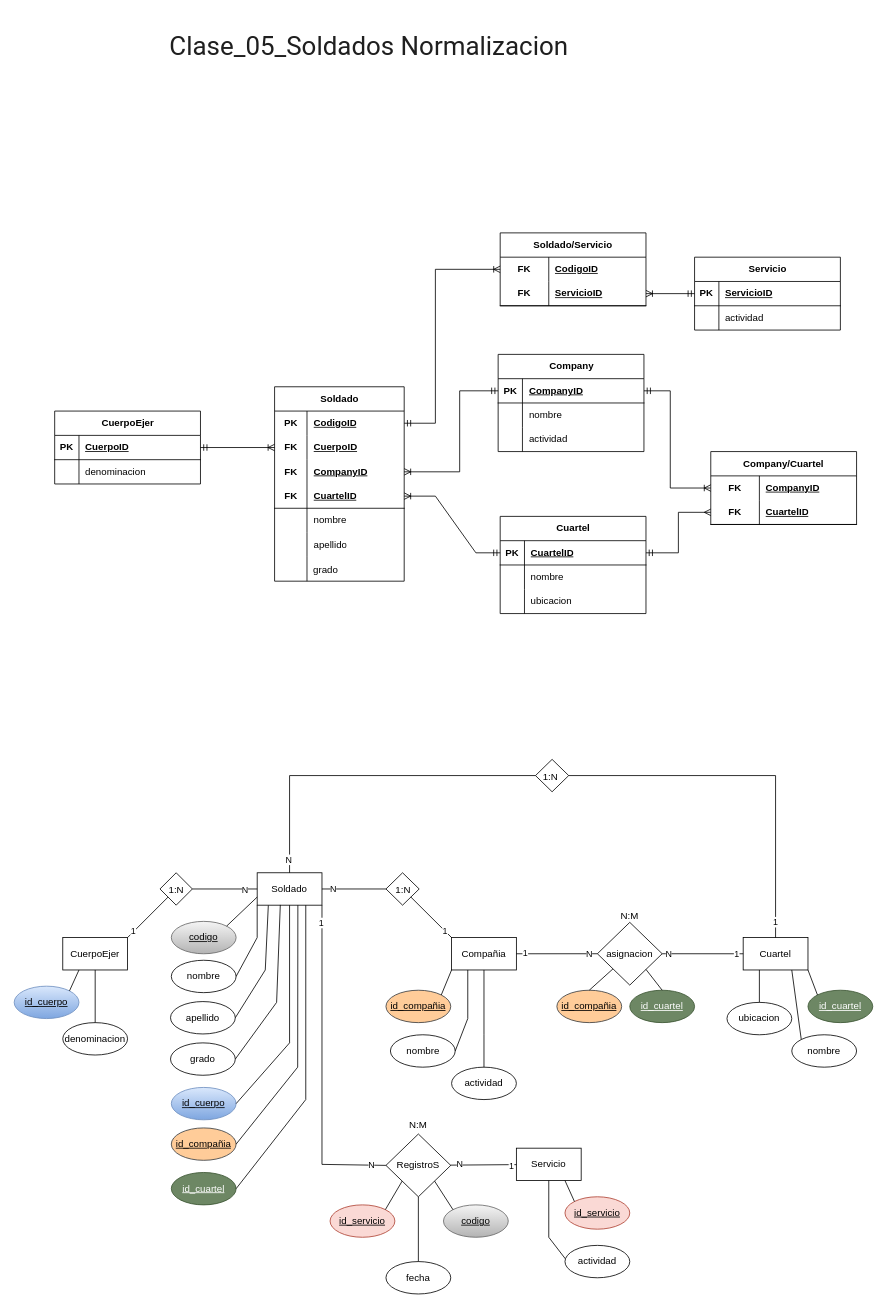
Above: page "clase-5" (4 of 6) of Programacion-Software/data-base/Diagrama sin título.drawio in JDFrontEnd/programacion-software-sena (draw.io), before the change. Source tidied: cells renumbered, new cells numbered last; positions are measured from the earlier drawing's top-left corner, leaving out a move shared by most shapes. Both pictures are drawn from the tidied source at 81%, with x=0, y=0 at pixel (14, 14).
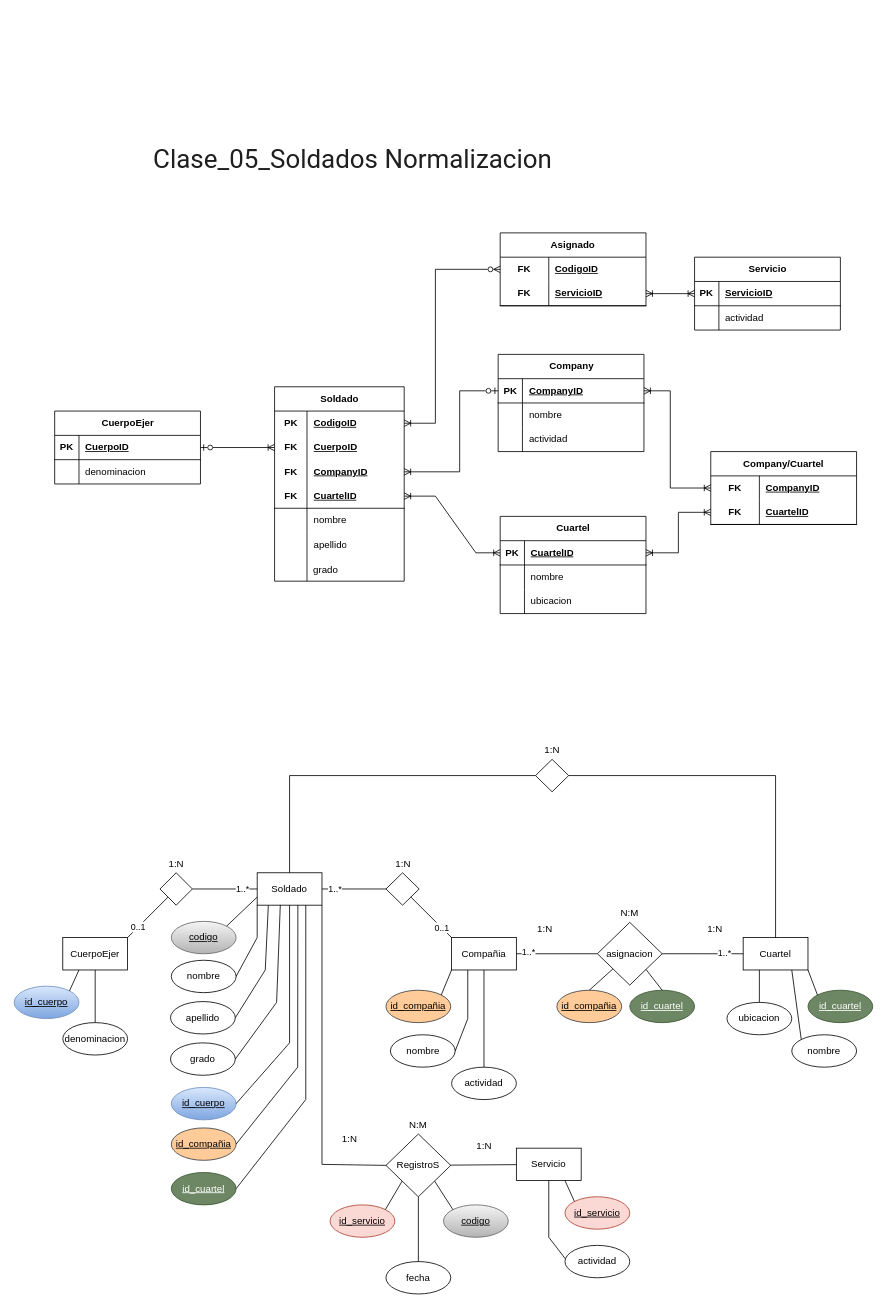
After the change.

Unchanged cells that the change refers to:
```xml
<mxCell id="19" style="endArrow=none;html=1;rounded=0;defaultLabelBackgroundColor=page;entryX=0;entryY=0.5;entryDx=0;entryDy=0;exitX=1;exitY=0.5;exitDx=0;exitDy=0;" parent="1" edge="1" source="18" target="2">
  <mxGeometry relative="1" as="geometry" />
</mxCell>
<mxCell id="21" style="endArrow=none;html=1;rounded=0;defaultLabelBackgroundColor=page;entryX=1;entryY=0;entryDx=0;entryDy=0;exitX=0;exitY=1;exitDx=0;exitDy=0;" parent="1" edge="1" source="18" target="11">
  <mxGeometry relative="1" as="geometry" />
</mxCell>
<mxCell id="26" style="endArrow=none;html=1;rounded=0;defaultLabelBackgroundColor=page;" parent="1" edge="1" source="2" target="17">
  <mxGeometry relative="1" as="geometry" />
</mxCell>
<mxCell id="28" style="endArrow=none;html=1;rounded=0;defaultLabelBackgroundColor=page;entryX=0;entryY=0;entryDx=0;entryDy=0;exitX=1;exitY=1;exitDx=0;exitDy=0;" parent="1" edge="1" source="17" target="14">
  <mxGeometry relative="1" as="geometry" />
</mxCell>
<mxCell id="32" style="endArrow=none;html=1;rounded=0;defaultLabelBackgroundColor=page;entryX=0;entryY=0.5;entryDx=0;entryDy=0;exitX=1;exitY=0.5;exitDx=0;exitDy=0;" parent="1" edge="1" source="14" target="30">
  <mxGeometry relative="1" as="geometry" />
</mxCell>
<mxCell id="35" style="endArrow=none;html=1;rounded=0;defaultLabelBackgroundColor=page;entryX=0;entryY=0.5;entryDx=0;entryDy=0;exitX=1;exitY=0.5;exitDx=0;exitDy=0;" parent="1" edge="1" source="30" target="7">
  <mxGeometry relative="1" as="geometry" />
</mxCell>
<mxCell id="41" style="endArrow=none;html=1;rounded=0;defaultLabelBackgroundColor=page;entryX=0;entryY=0.5;entryDx=0;entryDy=0;exitX=0.5;exitY=0;exitDx=0;exitDy=0;" parent="1" edge="1" source="2" target="40">
  <mxGeometry relative="1" as="geometry">
    <Array as="points">
      <mxPoint x="340" y="940" />
    </Array>
  </mxGeometry>
</mxCell>
<mxCell id="43" style="endArrow=none;html=1;rounded=0;defaultLabelBackgroundColor=page;entryX=1;entryY=0.5;entryDx=0;entryDy=0;exitX=0.5;exitY=0;exitDx=0;exitDy=0;" parent="1" edge="1" source="7" target="40">
  <mxGeometry x="0.49" relative="1" as="geometry">
    <Array as="points">
      <mxPoint x="940" y="940" />
    </Array>
  </mxGeometry>
</mxCell>
<mxCell id="52" style="endArrow=none;html=1;rounded=0;defaultLabelBackgroundColor=page;entryX=1;entryY=1;entryDx=0;entryDy=0;exitX=0;exitY=0.5;exitDx=0;exitDy=0;" parent="1" edge="1" source="51" target="2">
  <mxGeometry relative="1" as="geometry">
    <Array as="points">
      <mxPoint x="380" y="1420" />
    </Array>
  </mxGeometry>
</mxCell>
<mxCell id="55" style="endArrow=none;html=1;rounded=0;defaultLabelBackgroundColor=page;" parent="1" edge="1" source="49" target="51">
  <mxGeometry x="0.31" relative="1" as="geometry" />
</mxCell>
<mxCell id="86" style="shape=tableRow;horizontal=0;startSize=0;swimlaneHead=0;swimlaneBody=0;fillColor=none;points=[[0,0.5],[1,0.5]];portConstraint=eastwest;top=0;left=0;right=0;bottom=0;html=1;" parent="85" vertex="1">
  <mxGeometry y="30" width="160" height="30" as="geometry" />
</mxCell>
<mxCell id="89" style="shape=tableRow;horizontal=0;startSize=0;swimlaneHead=0;swimlaneBody=0;fillColor=none;points=[[0,0.5],[1,0.5]];portConstraint=eastwest;top=0;left=0;right=0;bottom=0;html=1;" parent="85" vertex="1">
  <mxGeometry y="60" width="160" height="30" as="geometry" />
</mxCell>
<mxCell id="92" style="shape=tableRow;horizontal=0;startSize=0;swimlaneHead=0;swimlaneBody=0;fillColor=none;points=[[0,0.5],[1,0.5]];portConstraint=eastwest;top=0;left=0;right=0;bottom=0;html=1;" parent="85" vertex="1">
  <mxGeometry y="90" width="160" height="30" as="geometry" />
</mxCell>
<mxCell id="95" style="shape=tableRow;horizontal=0;startSize=0;swimlaneHead=0;swimlaneBody=0;fillColor=none;points=[[0,0.5],[1,0.5]];portConstraint=eastwest;top=0;left=0;right=0;bottom=1;html=1;" parent="85" vertex="1">
  <mxGeometry y="120" width="160" height="30" as="geometry" />
</mxCell>
<mxCell id="108" style="shape=tableRow;horizontal=0;startSize=0;swimlaneHead=0;swimlaneBody=0;fillColor=none;points=[[0,0.5],[1,0.5]];portConstraint=eastwest;top=0;left=0;right=0;bottom=1;" parent="107" vertex="1">
  <mxGeometry y="30" width="180" height="30" as="geometry" />
</mxCell>
<mxCell id="115" style="shape=tableRow;horizontal=0;startSize=0;swimlaneHead=0;swimlaneBody=0;fillColor=none;points=[[0,0.5],[1,0.5]];portConstraint=eastwest;top=0;left=0;right=0;bottom=1;" parent="114" vertex="1">
  <mxGeometry y="30" width="180" height="30" as="geometry" />
</mxCell>
<mxCell id="125" style="shape=tableRow;horizontal=0;startSize=0;swimlaneHead=0;swimlaneBody=0;fillColor=none;points=[[0,0.5],[1,0.5]];portConstraint=eastwest;top=0;left=0;right=0;bottom=0;html=1;" parent="124" vertex="1">
  <mxGeometry y="30" width="180" height="30" as="geometry" />
</mxCell>
<mxCell id="128" style="shape=tableRow;horizontal=0;startSize=0;swimlaneHead=0;swimlaneBody=0;fillColor=none;points=[[0,0.5],[1,0.5]];portConstraint=eastwest;top=0;left=0;right=0;bottom=1;html=1;" parent="124" vertex="1">
  <mxGeometry y="60" width="180" height="30" as="geometry" />
</mxCell>
<mxCell id="132" style="shape=tableRow;horizontal=0;startSize=0;swimlaneHead=0;swimlaneBody=0;fillColor=none;points=[[0,0.5],[1,0.5]];portConstraint=eastwest;top=0;left=0;right=0;bottom=1;" parent="131" vertex="1">
  <mxGeometry y="30" width="180" height="30" as="geometry" />
</mxCell>
<mxCell id="142" style="shape=tableRow;horizontal=0;startSize=0;swimlaneHead=0;swimlaneBody=0;fillColor=none;points=[[0,0.5],[1,0.5]];portConstraint=eastwest;top=0;left=0;right=0;bottom=0;html=1;" parent="141" vertex="1">
  <mxGeometry y="30" width="180" height="30" as="geometry" />
</mxCell>
<mxCell id="145" style="shape=tableRow;horizontal=0;startSize=0;swimlaneHead=0;swimlaneBody=0;fillColor=none;points=[[0,0.5],[1,0.5]];portConstraint=eastwest;top=0;left=0;right=0;bottom=1;html=1;" parent="141" vertex="1">
  <mxGeometry y="60" width="180" height="30" as="geometry" />
</mxCell>
<mxCell id="149" style="shape=tableRow;horizontal=0;startSize=0;swimlaneHead=0;swimlaneBody=0;fillColor=none;points=[[0,0.5],[1,0.5]];portConstraint=eastwest;top=0;left=0;right=0;bottom=1;" parent="148" vertex="1">
  <mxGeometry y="30" width="180" height="30" as="geometry" />
</mxCell>
```

What changed in the source:
```diff
@@
-    <mxCell id="20" value="N" style="edgeLabel;html=1;align=center;verticalAlign=middle;inheritText=1;defaultLabelBackgroundColor=page;" parent="19" vertex="1">
-      <mxGeometry x="0.8" relative="1" as="geometry">
-        <mxPoint x="-8" as="offset" />
-      </mxGeometry>
-    </mxCell>
+    <mxCell id="163" value="1..*" style="edgeLabel;html=1;align=center;verticalAlign=middle;inheritText=1;defaultLabelBackgroundColor=page;" parent="19" vertex="1">
+      <mxGeometry x="0.55" y="-1" relative="1" as="geometry">
+        <mxPoint x="-1" y="-2" as="offset" />
+      </mxGeometry>
+    </mxCell>
@@
-    <mxCell id="22" value="1" style="edgeLabel;html=1;align=center;verticalAlign=middle;inheritText=1;defaultLabelBackgroundColor=page;" parent="21" vertex="1">
-      <mxGeometry x="0.75" relative="1" as="geometry">
-        <mxPoint y="-2" as="offset" />
-      </mxGeometry>
-    </mxCell>
+    <mxCell id="164" value="0..1" style="edgeLabel;html=1;align=center;verticalAlign=middle;inheritText=1;defaultLabelBackgroundColor=page;" parent="21" vertex="1">
+      <mxGeometry x="0.49" y="-1" relative="1" as="geometry">
+        <mxPoint x="1" as="offset" />
+      </mxGeometry>
+    </mxCell>
@@
-    <mxCell id="27" value="N" style="edgeLabel;html=1;align=center;verticalAlign=middle;inheritText=1;defaultLabelBackgroundColor=page;" parent="26" vertex="1">
-      <mxGeometry x="-0.78" y="1" relative="1" as="geometry">
-        <mxPoint x="4" as="offset" />
-      </mxGeometry>
-    </mxCell>
+    <mxCell id="165" value="1..*" style="edgeLabel;html=1;align=center;verticalAlign=middle;inheritText=1;defaultLabelBackgroundColor=page;" parent="26" vertex="1">
+      <mxGeometry x="-0.68" relative="1" as="geometry">
+        <mxPoint x="2" y="-1" as="offset" />
+      </mxGeometry>
+    </mxCell>
@@
-    <mxCell id="29" value="1" style="edgeLabel;html=1;align=center;verticalAlign=middle;inheritText=1;defaultLabelBackgroundColor=page;" parent="28" vertex="1">
-      <mxGeometry x="0.66" relative="1" as="geometry" />
-    </mxCell>
+    <mxCell id="166" value="0..1" style="edgeLabel;html=1;align=center;verticalAlign=middle;inheritText=1;defaultLabelBackgroundColor=page;" parent="28" vertex="1">
+      <mxGeometry x="0.51" relative="1" as="geometry">
+        <mxPoint x="-1" y="-1" as="offset" />
+      </mxGeometry>
+    </mxCell>
@@
-    <mxCell id="33" value="1" style="edgeLabel;html=1;align=center;verticalAlign=middle;inheritText=1;defaultLabelBackgroundColor=page;" parent="32" vertex="1">
-      <mxGeometry x="-0.78" y="1" relative="1" as="geometry" />
-    </mxCell>
-    <mxCell id="34" value="N" style="edgeLabel;html=1;align=center;verticalAlign=middle;inheritText=1;defaultLabelBackgroundColor=page;" parent="32" vertex="1">
-      <mxGeometry x="0.79" relative="1" as="geometry" />
-    </mxCell>
+    <mxCell id="167" value="1..*" style="edgeLabel;html=1;align=center;verticalAlign=middle;inheritText=1;defaultLabelBackgroundColor=page;" parent="32" vertex="1">
+      <mxGeometry x="-0.75" relative="1" as="geometry">
+        <mxPoint x="2" y="-2" as="offset" />
+      </mxGeometry>
+    </mxCell>
@@
-    <mxCell id="36" value="N" style="edgeLabel;html=1;align=center;verticalAlign=middle;inheritText=1;defaultLabelBackgroundColor=page;" parent="35" vertex="1">
-      <mxGeometry x="-0.85" relative="1" as="geometry" />
-    </mxCell>
-    <mxCell id="37" value="1" style="edgeLabel;html=1;align=center;verticalAlign=middle;inheritText=1;defaultLabelBackgroundColor=page;" parent="35" vertex="1">
-      <mxGeometry x="0.84" relative="1" as="geometry" />
-    </mxCell>
+    <mxCell id="168" value="1..*" style="edgeLabel;html=1;align=center;verticalAlign=middle;inheritText=1;defaultLabelBackgroundColor=page;" parent="35" vertex="1">
+      <mxGeometry x="0.54" relative="1" as="geometry">
+        <mxPoint y="-1" as="offset" />
+      </mxGeometry>
+    </mxCell>
@@
-    <mxCell id="42" value="N" style="edgeLabel;html=1;align=center;verticalAlign=middle;inheritText=1;defaultLabelBackgroundColor=page;" parent="41" vertex="1">
-      <mxGeometry x="-0.92" y="2" relative="1" as="geometry" />
-    </mxCell>
@@
-    <mxCell id="44" value="1" style="edgeLabel;html=1;align=center;verticalAlign=middle;inheritText=1;defaultLabelBackgroundColor=page;" parent="43" vertex="1">
-      <mxGeometry x="-0.91" y="1" relative="1" as="geometry" />
-    </mxCell>
     <mxCell id="45" value="1:N" style="text;strokeColor=none;fillColor=none;spacingLeft=4;spacingRight=4;overflow=hidden;fontSize=12;whiteSpace=wrap;html=1;" parent="1" vertex="1">
-      <mxGeometry x="185" y="1067.5" width="30" height="25" as="geometry" />
+      <mxGeometry x="185" y="1035" width="30" height="25" as="geometry" />
     </mxCell>
     <mxCell id="46" value="1:N" style="text;strokeColor=none;fillColor=none;spacingLeft=4;spacingRight=4;overflow=hidden;fontSize=12;whiteSpace=wrap;html=1;" parent="1" vertex="1">
-      <mxGeometry x="464.5" y="1067.5" width="30" height="25" as="geometry" />
+      <mxGeometry x="464.5" y="1035" width="30" height="25" as="geometry" />
     </mxCell>
     <mxCell id="47" value="N:M" style="text;strokeColor=none;fillColor=none;spacingLeft=4;spacingRight=4;overflow=hidden;fontSize=12;whiteSpace=wrap;html=1;" parent="1" vertex="1">
-      <mxGeometry x="742.5" y="1100" width="35" height="25" as="geometry" />
+      <mxGeometry x="742.5" y="1096.2" width="35" height="25" as="geometry" />
     </mxCell>
     <mxCell id="48" value="1:N" style="text;strokeColor=none;fillColor=none;spacingLeft=4;spacingRight=4;overflow=hidden;fontSize=12;whiteSpace=wrap;html=1;" parent="1" vertex="1">
-      <mxGeometry x="647" y="927.5" width="30" height="25" as="geometry" />
+      <mxGeometry x="649.1" y="895" width="30" height="25" as="geometry" />
     </mxCell>
@@
-    <mxCell id="53" value="N" style="edgeLabel;html=1;align=center;verticalAlign=middle;inheritText=1;defaultLabelBackgroundColor=page;" parent="52" vertex="1">
-      <mxGeometry x="-0.94" y="-1" relative="1" as="geometry">
-        <mxPoint x="-7" as="offset" />
-      </mxGeometry>
-    </mxCell>
-    <mxCell id="54" value="1" style="edgeLabel;html=1;align=center;verticalAlign=middle;inheritText=1;defaultLabelBackgroundColor=page;" parent="52" vertex="1">
-      <mxGeometry x="0.94" y="-1" relative="1" as="geometry">
-        <mxPoint x="-3" y="9" as="offset" />
-      </mxGeometry>
-    </mxCell>
@@
-    <mxCell id="56" value="1" style="edgeLabel;html=1;align=center;verticalAlign=middle;inheritText=1;defaultLabelBackgroundColor=page;" parent="55" vertex="1">
-      <mxGeometry x="-0.84" y="1" relative="1" as="geometry" />
-    </mxCell>
-    <mxCell id="57" value="N" style="edgeLabel;html=1;align=center;verticalAlign=middle;inheritText=1;defaultLabelBackgroundColor=page;" parent="55" vertex="1">
-      <mxGeometry x="0.82" y="-1" relative="1" as="geometry">
-        <mxPoint x="4" as="offset" />
-      </mxGeometry>
-    </mxCell>
@@
-    <mxCell id="141" value="Soldado/Servicio" style="shape=table;startSize=30;childLayout=tableLayout;rowLines=0;fontStyle=1;align=center;html=1;whiteSpace=wrap;" parent="1" vertex="1">
+    <mxCell id="141" value="Asignado" style="shape=table;startSize=30;childLayout=tableLayout;rowLines=0;fontStyle=1;align=center;html=1;whiteSpace=wrap;" parent="1" vertex="1">
       <mxGeometry x="600" y="270" width="180" height="90" as="geometry" />
     </mxCell>
@@
-    <mxCell id="155" style="endArrow=ERmandOne;html=1;rounded=0;defaultLabelBackgroundColor=page;entryX=1;entryY=0.5;entryDx=0;entryDy=0;exitX=0;exitY=0.5;exitDx=0;exitDy=0;endFill=0;startArrow=ERoneToMany;startFill=0;" parent="1" edge="1" source="89" target="108">
+    <mxCell id="155" style="endArrow=ERzeroToOne;html=1;rounded=0;defaultLabelBackgroundColor=page;entryX=1;entryY=0.5;entryDx=0;entryDy=0;exitX=0;exitY=0.5;exitDx=0;exitDy=0;endFill=0;startArrow=ERoneToMany;startFill=0;" parent="1" edge="1" source="89" target="108">
       <mxGeometry relative="1" as="geometry" />
     </mxCell>
-    <mxCell id="156" style="endArrow=ERmandOne;html=1;rounded=0;defaultLabelBackgroundColor=page;exitX=1;exitY=0.5;exitDx=0;exitDy=0;entryX=0;entryY=0.5;entryDx=0;entryDy=0;endFill=0;startArrow=ERoneToMany;startFill=0;" parent="1" edge="1" source="92" target="115">
+    <mxCell id="156" style="endArrow=ERzeroToOne;html=1;rounded=0;defaultLabelBackgroundColor=page;exitX=1;exitY=0.5;exitDx=0;exitDy=0;entryX=0;entryY=0.5;entryDx=0;entryDy=0;endFill=0;startArrow=ERoneToMany;startFill=0;" parent="1" edge="1" source="92" target="115">
       <mxGeometry relative="1" as="geometry">
         <Array as="points">
           <mxPoint x="550" y="565" />
           <mxPoint x="550" y="465" />
         </Array>
       </mxGeometry>
     </mxCell>
-    <mxCell id="157" style="endArrow=ERmandOne;html=1;rounded=0;defaultLabelBackgroundColor=page;exitX=1;exitY=0.5;exitDx=0;exitDy=0;entryX=0;entryY=0.5;entryDx=0;entryDy=0;endFill=0;startArrow=ERoneToMany;startFill=0;" parent="1" edge="1" source="95" target="132">
+    <mxCell id="157" style="endArrow=ERoneToMany;html=1;rounded=0;defaultLabelBackgroundColor=page;exitX=1;exitY=0.5;exitDx=0;exitDy=0;entryX=0;entryY=0.5;entryDx=0;entryDy=0;endFill=0;startArrow=ERoneToMany;startFill=0;" parent="1" edge="1" source="95" target="132">
       <mxGeometry relative="1" as="geometry">
         <Array as="points">
           <mxPoint x="520" y="595" />
           <mxPoint x="570" y="665" />
         </Array>
       </mxGeometry>
     </mxCell>
-    <mxCell id="158" style="endArrow=ERmany;html=1;rounded=0;defaultLabelBackgroundColor=page;entryX=0;entryY=0.5;entryDx=0;entryDy=0;exitX=1;exitY=0.5;exitDx=0;exitDy=0;startArrow=ERmandOne;startFill=0;endFill=0;" parent="1" edge="1" source="132" target="128">
+    <mxCell id="158" style="endArrow=ERoneToMany;html=1;rounded=0;defaultLabelBackgroundColor=page;entryX=0;entryY=0.5;entryDx=0;entryDy=0;exitX=1;exitY=0.5;exitDx=0;exitDy=0;startArrow=ERoneToMany;startFill=0;endFill=0;" parent="1" edge="1" source="132" target="128">
       <mxGeometry x="-0.03" relative="1" as="geometry">
         <Array as="points">
           <mxPoint x="820" y="665" />
           <mxPoint x="820" y="615" />
         </Array>
       </mxGeometry>
     </mxCell>
-    <mxCell id="159" style="endArrow=ERoneToMany;html=1;rounded=0;defaultLabelBackgroundColor=page;entryX=0;entryY=0.5;entryDx=0;entryDy=0;exitX=1;exitY=0.5;exitDx=0;exitDy=0;startArrow=ERmandOne;startFill=0;endFill=0;" parent="1" edge="1" source="115" target="125">
+    <mxCell id="159" style="endArrow=ERoneToMany;html=1;rounded=0;defaultLabelBackgroundColor=page;entryX=0;entryY=0.5;entryDx=0;entryDy=0;exitX=1;exitY=0.5;exitDx=0;exitDy=0;startArrow=ERoneToMany;startFill=0;endFill=0;" parent="1" edge="1" source="115" target="125">
       <mxGeometry relative="1" as="geometry">
         <Array as="points">
           <mxPoint x="810" y="465" />
           <mxPoint x="810" y="585" />
         </Array>
       </mxGeometry>
     </mxCell>
-    <mxCell id="160" style="endArrow=ERmandOne;html=1;rounded=0;defaultLabelBackgroundColor=page;entryX=1;entryY=0.5;entryDx=0;entryDy=0;exitX=0;exitY=0.5;exitDx=0;exitDy=0;endFill=0;startArrow=ERoneToMany;startFill=0;" parent="1" edge="1" source="142" target="86">
+    <mxCell id="160" style="endArrow=ERoneToMany;html=1;rounded=0;defaultLabelBackgroundColor=page;entryX=1;entryY=0.5;entryDx=0;entryDy=0;exitX=0;exitY=0.5;exitDx=0;exitDy=0;endFill=0;startArrow=ERzeroToMany;startFill=0;" parent="1" edge="1" source="142" target="86">
       <mxGeometry x="-0.01" relative="1" as="geometry">
         <Array as="points">
           <mxPoint x="520" y="315" />
           <mxPoint x="520" y="505" />
         </Array>
       </mxGeometry>
     </mxCell>
-    <mxCell id="161" style="endArrow=ERmandOne;html=1;rounded=0;defaultLabelBackgroundColor=page;entryX=0;entryY=0.5;entryDx=0;entryDy=0;exitX=1;exitY=0.5;exitDx=0;exitDy=0;endFill=0;startArrow=ERoneToMany;startFill=0;" parent="1" edge="1" source="145" target="149">
+    <mxCell id="161" style="endArrow=ERoneToMany;html=1;rounded=0;defaultLabelBackgroundColor=page;entryX=0;entryY=0.5;entryDx=0;entryDy=0;exitX=1;exitY=0.5;exitDx=0;exitDy=0;endFill=0;startArrow=ERoneToMany;startFill=0;" parent="1" edge="1" source="145" target="149">
       <mxGeometry relative="1" as="geometry" />
     </mxCell>
     <mxCell id="162" value="&lt;br class=&quot;Apple-interchange-newline&quot;&gt;&lt;span style=&quot;color: rgb(31, 31, 31); font-family: &amp;quot;Google Sans&amp;quot;, Roboto, Arial, sans-serif; font-size: 32px; font-style: normal; font-variant-ligatures: normal; font-variant-caps: normal; font-weight: 400; letter-spacing: normal; orphans: 2; text-align: start; text-indent: 0px; text-transform: none; widows: 2; word-spacing: 0px; -webkit-text-stroke-width: 0px; white-space: pre-wrap; background-color: rgb(255, 255, 255); text-decoration-thickness: initial; text-decoration-style: initial; text-decoration-color: initial; display: inline !important; float: none;&quot;&gt;Clase_05_Soldados Normalizacion&lt;/span&gt;" style="text;whiteSpace=wrap;html=1;" parent="1" vertex="1">
-      <mxGeometry x="190" width="530" height="80" as="geometry" />
+      <mxGeometry x="170" y="140" width="530" height="80" as="geometry" />
     </mxCell>
+    <mxCell id="169" value="1:N" style="text;strokeColor=none;fillColor=none;spacingLeft=4;spacingRight=4;overflow=hidden;fontSize=12;whiteSpace=wrap;html=1;" parent="1" vertex="1">
+      <mxGeometry x="640" y="1115" width="30" height="25" as="geometry" />
+    </mxCell>
+    <mxCell id="170" value="1:N" style="text;strokeColor=none;fillColor=none;spacingLeft=4;spacingRight=4;overflow=hidden;fontSize=12;whiteSpace=wrap;html=1;" parent="1" vertex="1">
+      <mxGeometry x="850" y="1115" width="30" height="25" as="geometry" />
+    </mxCell>
+    <mxCell id="171" value="1:N" style="text;strokeColor=none;fillColor=none;spacingLeft=4;spacingRight=4;overflow=hidden;fontSize=12;whiteSpace=wrap;html=1;" parent="1" vertex="1">
+      <mxGeometry x="565" y="1382.5" width="30" height="25" as="geometry" />
+    </mxCell>
+    <mxCell id="172" value="1:N" style="text;strokeColor=none;fillColor=none;spacingLeft=4;spacingRight=4;overflow=hidden;fontSize=12;whiteSpace=wrap;html=1;" parent="1" vertex="1">
+      <mxGeometry x="399" y="1375" width="30" height="25" as="geometry" />
+    </mxCell>
```
